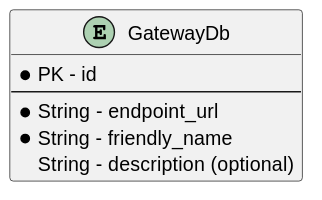
Earlier version of the PlantUML export Designs/Images/Database/GatewayDatabaseSchema.svg (CameronWard301/communication_scheduler).
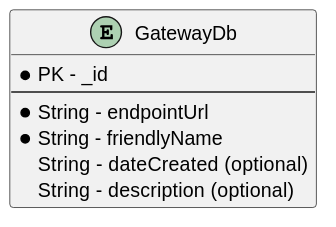
Above is the later version.

Diff of the diagram source:
```diff
@@ -1,9 +1,10 @@
 @startuml
 entity GatewayDb {
-    * PK - id
+    * PK - _id
     --
-    * String - endpoint_url
-    * String - friendly_name
+    * String - endpointUrl
+    * String - friendlyName
+    String - dateCreated (optional)
     String - description (optional)
 }
 @enduml
```
